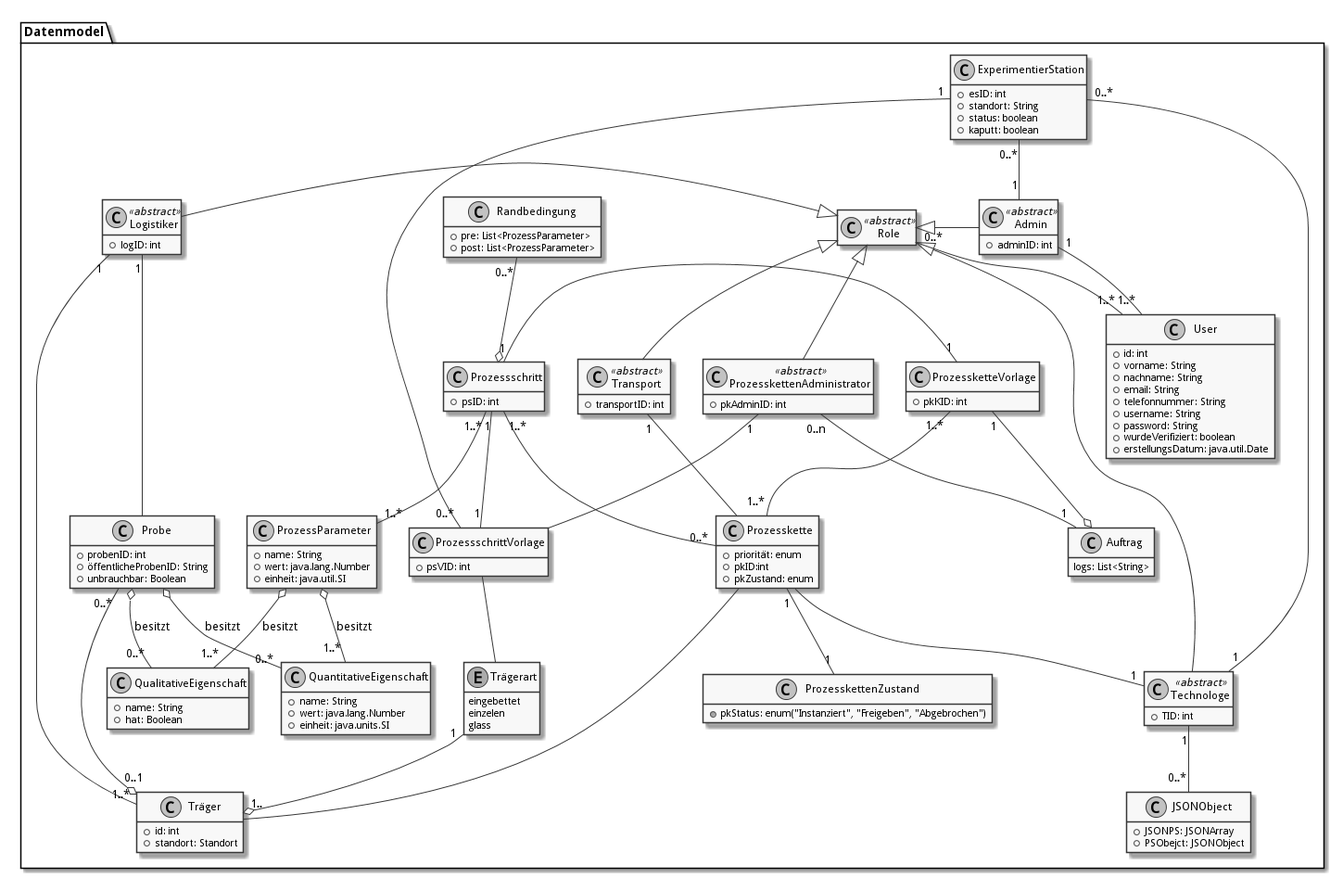
Above: doc/UML/datenModel.png in fkehlenb/softwareprojekt-2 (PlantUML), before the change.
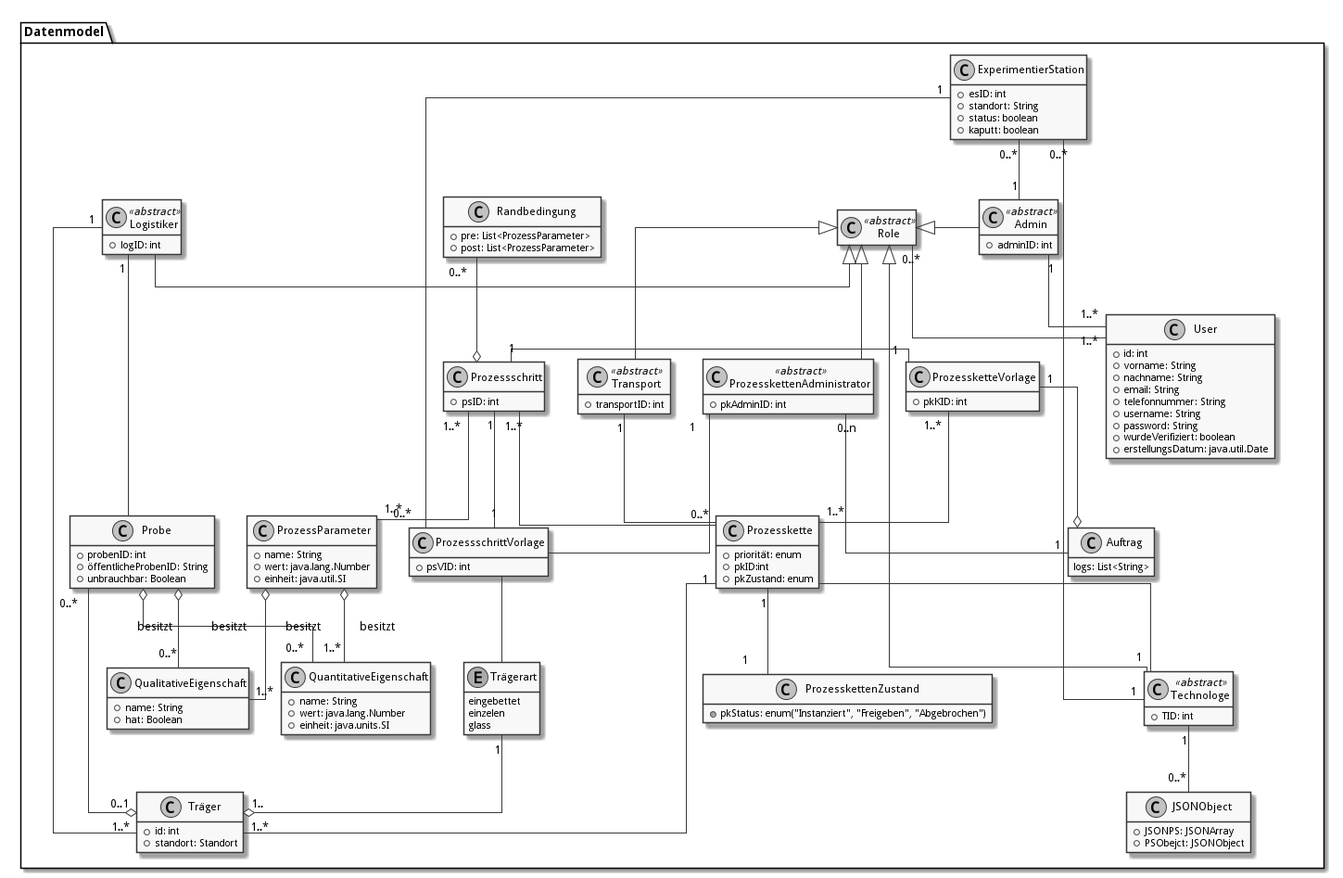
The same file after the commit.

Commit message:
ortho lines

Diff of the diagram source:
```diff
@@ -1,6 +1,8 @@
 @startuml
 skinparam monochrome true
 skinparam componentStyle uml2
+skinparam linetype ortho
+
 
 hide empty members
 
@@ -149,7 +151,7 @@
   pkV "1..*" -- "1..*" pk
 
   pk "1" -- "1" pkZ
-  pk -- Träger
+  pk "1" -- "1..*" Träger
   pk -- "1" t
 
   ps "1..*" -- "1..*" pp
```
